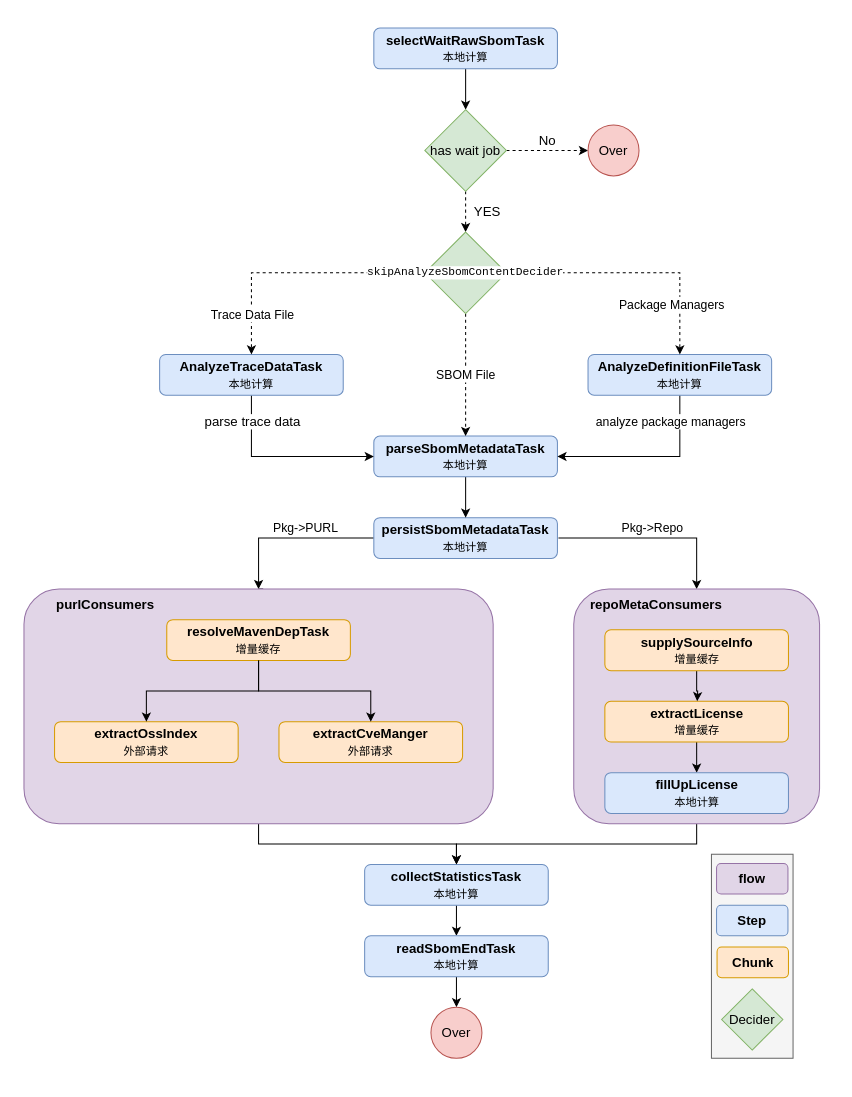
step-security-bot/sbom-service keeps this draw.io diagram as doc/assert/import-sbom-job-2.0.drawio. Above is the earlier version. Source tidied: cells renumbered, new cells numbered last; positions are measured from the earlier drawing's top-left corner, leaving out a move shared by most shapes. Both pictures are drawn from the tidied source at 102%, with x=0, y=0 at pixel (23, 28).
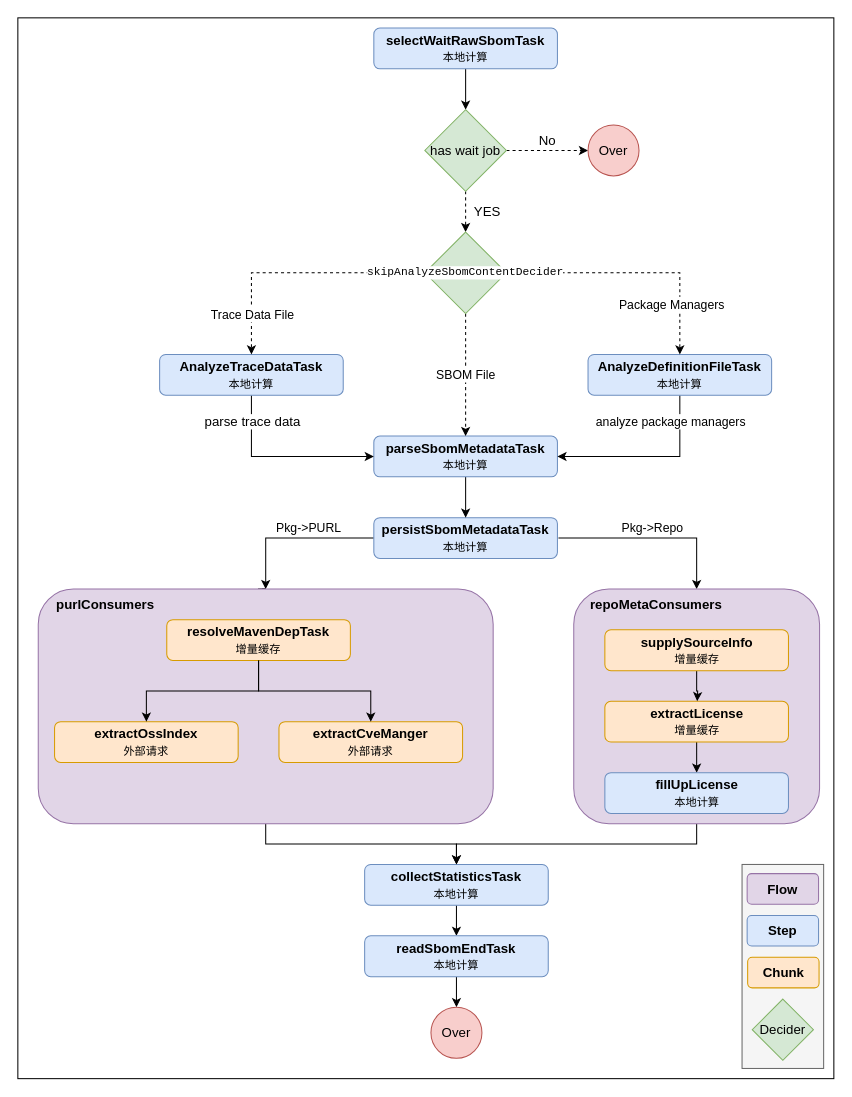
The same page after the edit.

Commit message (it also covers changes not shown here):
doc: upload import-sbom-job flow

Unchanged cells that the change refers to:
```xml
<mxCell id="12" value="persistSbomMetadataTask&lt;br&gt;&lt;span style=&quot;font-size: 11px; font-weight: 400;&quot;&gt;本地计算&lt;/span&gt;" style="rounded=1;whiteSpace=wrap;html=1;fillColor=#dae8fc;strokeColor=#6c8ebf;fontSize=13;fontStyle=1;" parent="1" vertex="1">
  <mxGeometry x="343" y="480" width="180" height="40" as="geometry" />
</mxCell>
```

Change to the diagram source:
```diff
@@
+    <mxCell id="56" style="rounded=0;whiteSpace=wrap;html=1;" parent="1" vertex="1">
+      <mxGeometry x="-6" y="-10" width="800" height="1040" as="geometry" />
+    </mxCell>
@@
     <mxCell id="10" style="edgeStyle=orthogonalEdgeStyle;rounded=0;jettySize=auto;html=1;fontSize=12;fontColor=#000000;exitX=0;exitY=0.5;exitDx=0;exitDy=0;entryX=0.5;entryY=0;entryDx=0;entryDy=0;" parent="1" edge="1" source="12" target="30">
       <mxGeometry relative="1" as="geometry">
         <Array as="points">
-          <mxPoint x="230" y="500" />
+          <mxPoint x="237" y="500" />
         </Array>
       </mxGeometry>
     </mxCell>
@@
     <mxCell id="30" style="rounded=1;whiteSpace=wrap;html=1;fontSize=12;fillColor=#e1d5e7;strokeColor=#9673a6;" parent="1" vertex="1">
-      <mxGeometry y="550" width="460" height="230" as="geometry" />
+      <mxGeometry x="14" y="550" width="446" height="230" as="geometry" />
     </mxCell>
@@
-    <mxCell id="49" style="group;" parent="1" vertex="1">
-      <mxGeometry x="674" y="810" width="80" height="200" as="geometry" />
-    </mxCell>
+    <mxCell id="55" value="&lt;b&gt;repoMetaConsumers&lt;/b&gt;" style="text;html=1;strokeColor=none;fillColor=none;align=center;verticalAlign=middle;whiteSpace=wrap;rounded=0;fontSize=13;fontColor=#000000;" parent="1" vertex="1">
+      <mxGeometry x="550" y="555" width="140" height="20" as="geometry" />
+    </mxCell>
+    <mxCell id="57" style="group;" parent="1" vertex="1">
+      <mxGeometry x="704" y="820" width="80" height="200" as="geometry" />
+    </mxCell>
-    <mxCell id="50" style="rounded=0;whiteSpace=wrap;html=1;fontSize=11;fillColor=#f5f5f5;fontColor=#333333;strokeColor=#666666;" parent="49" vertex="1">
+    <mxCell id="50" style="rounded=0;whiteSpace=wrap;html=1;fontSize=11;fillColor=#f5f5f5;fontColor=#333333;strokeColor=#666666;" parent="57" vertex="1">
       <mxGeometry width="80" height="200" as="geometry" />
     </mxCell>
-    <mxCell id="51" value="Decider" style="rhombus;whiteSpace=wrap;html=1;fillColor=#d5e8d4;strokeColor=#82b366;fontSize=13;" parent="49" vertex="1">
+    <mxCell id="51" value="Decider" style="rhombus;whiteSpace=wrap;html=1;fillColor=#d5e8d4;strokeColor=#82b366;fontSize=13;" parent="57" vertex="1">
       <mxGeometry x="10" y="132" width="60" height="60" as="geometry" />
     </mxCell>
-    <mxCell id="52" value="Step" style="rounded=1;whiteSpace=wrap;html=1;fillColor=#dae8fc;strokeColor=#6c8ebf;fontSize=13;fontStyle=1;" parent="49" vertex="1">
+    <mxCell id="52" value="Step" style="rounded=1;whiteSpace=wrap;html=1;fillColor=#dae8fc;strokeColor=#6c8ebf;fontSize=13;fontStyle=1;" parent="57" vertex="1">
       <mxGeometry x="5" y="50" width="70" height="30" as="geometry" />
     </mxCell>
-    <mxCell id="53" value="Chunk" style="rounded=1;whiteSpace=wrap;html=1;fillColor=#ffe6cc;strokeColor=#d79b00;fontSize=13;fontStyle=1;" parent="49" vertex="1">
+    <mxCell id="53" value="Chunk" style="rounded=1;whiteSpace=wrap;html=1;fillColor=#ffe6cc;strokeColor=#d79b00;fontSize=13;fontStyle=1;" parent="57" vertex="1">
       <mxGeometry x="5.5" y="91" width="70" height="30" as="geometry" />
     </mxCell>
-    <mxCell id="54" value="flow" style="rounded=1;whiteSpace=wrap;html=1;fillColor=#e1d5e7;strokeColor=#9673a6;fontSize=13;fontStyle=1;" parent="49" vertex="1">
+    <mxCell id="54" value="Flow" style="rounded=1;whiteSpace=wrap;html=1;fillColor=#e1d5e7;strokeColor=#9673a6;fontSize=13;fontStyle=1;" parent="57" vertex="1">
       <mxGeometry x="5" y="9" width="70" height="30" as="geometry" />
     </mxCell>
-    <mxCell id="55" value="&lt;b&gt;repoMetaConsumers&lt;/b&gt;" style="text;html=1;strokeColor=none;fillColor=none;align=center;verticalAlign=middle;whiteSpace=wrap;rounded=0;fontSize=13;fontColor=#000000;" parent="1" vertex="1">
-      <mxGeometry x="550" y="555" width="140" height="20" as="geometry" />
-    </mxCell>
```
